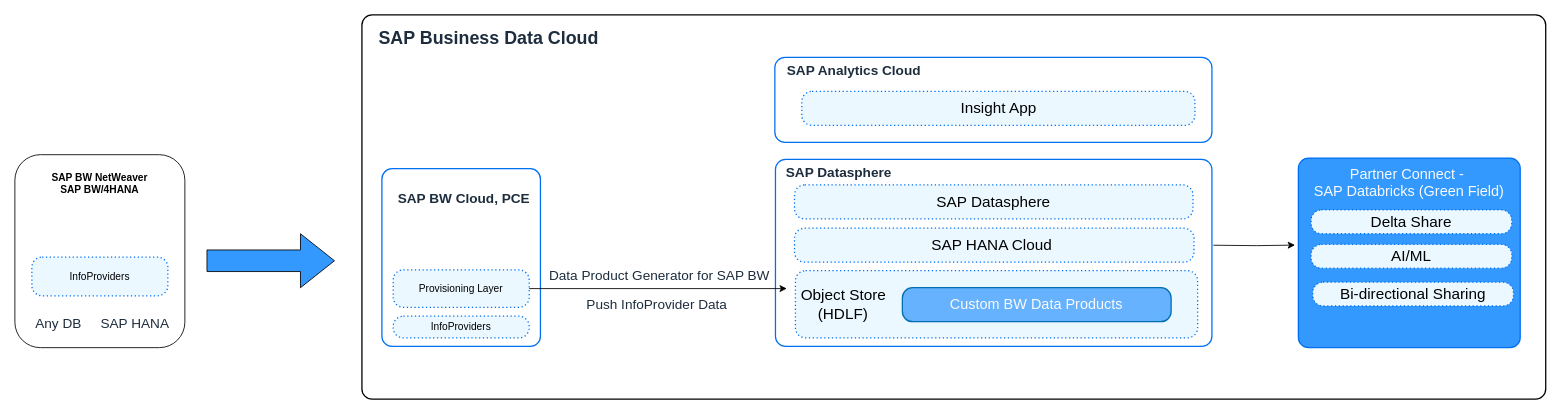
The draw.io diagram docs/ref-arch/RA0013/4-modernizing-sap-bw-with-sap-bdc/drawio/bwpce-sapbdc.drawio in SAP/architecture-center, before the edit. Source tidied: cells renumbered, new cells numbered last; positions are measured from the earlier drawing's top-left corner, leaving out a move shared by most shapes. Both pictures are drawn from the tidied source at 85%, with x=0, y=0 at pixel (14, 14).
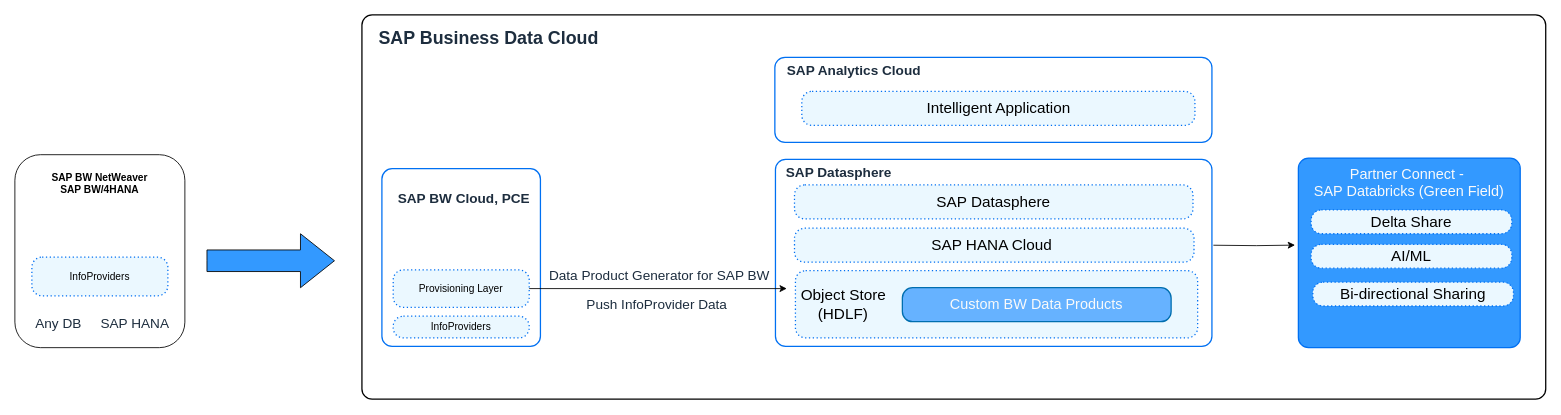
The same page after the edit.

Commit message (it also covers changes not shown here):
refactor SAP BDC and Intelligent Application usage

Diff of the diagram source:
```diff
@@
-    <mxCell id="13" value="&lt;font style=&quot;font-size: 18px;&quot;&gt;Insight App&lt;/font&gt;" style="rounded=1;whiteSpace=wrap;html=1;strokeColor=#0070F2;fillColor=#EBF8FF;arcSize=24;absoluteArcSize=1;imageWidth=64;imageHeight=64;strokeWidth=1.5;dashed=1;dashPattern=1 2;" parent="1" vertex="1">
+    <mxCell id="13" value="&lt;font style=&quot;font-size: 18px;&quot;&gt;Intelligent Application&lt;/font&gt;" style="rounded=1;whiteSpace=wrap;html=1;strokeColor=#0070F2;fillColor=#EBF8FF;arcSize=24;absoluteArcSize=1;imageWidth=64;imageHeight=64;strokeWidth=1.5;dashed=1;dashPattern=1 2;" parent="1" vertex="1">
       <mxGeometry x="925.8" y="90" width="462.5" height="40" as="geometry" />
     </mxCell>
```
